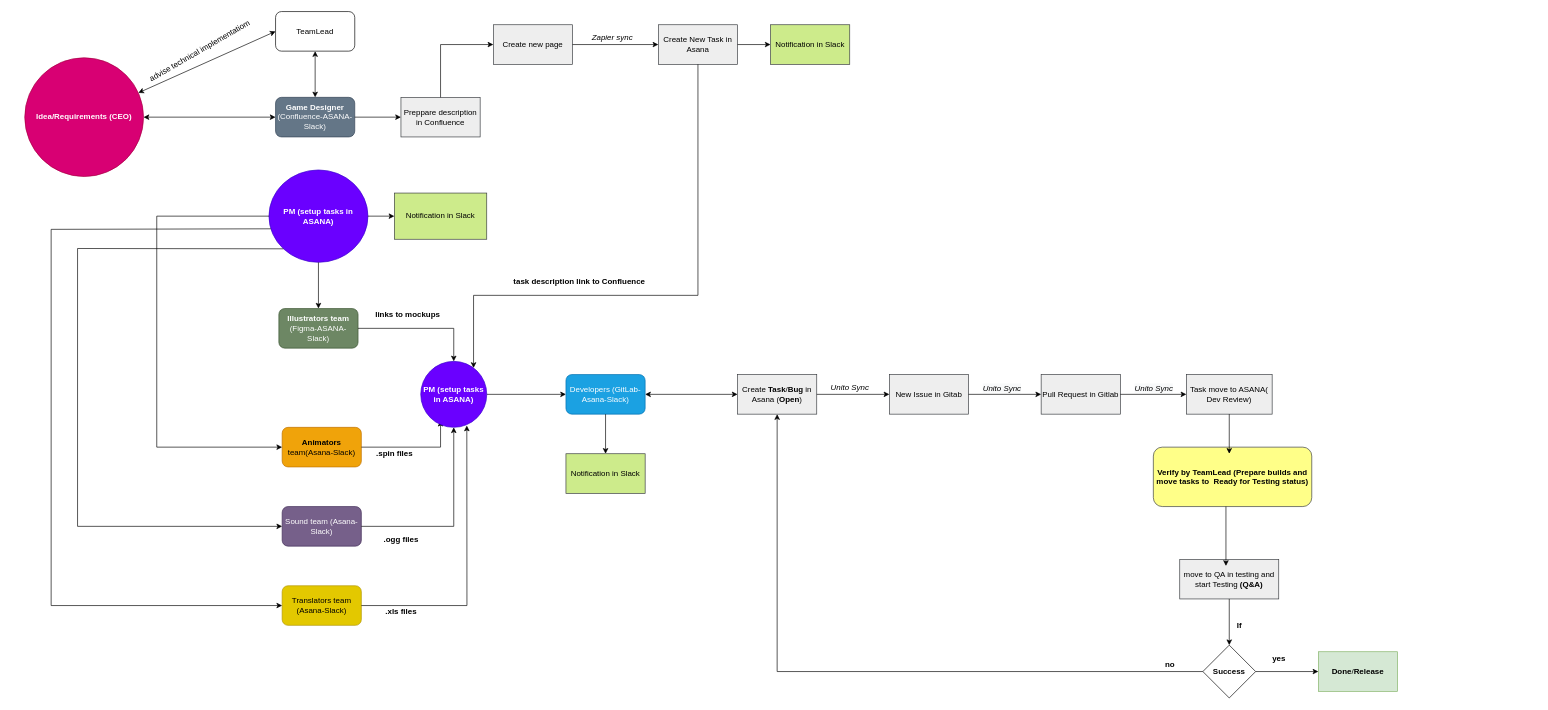
The draw.io diagram Sky network BP Diagram.drawio in annastazi09/blog, before the edit. Source tidied: cells renumbered, new cells numbered last; positions are measured from the earlier drawing's top-left corner, leaving out a move shared by most shapes. Both pictures are drawn from the tidied source at 66%, with x=0, y=0 at pixel (24, 11).
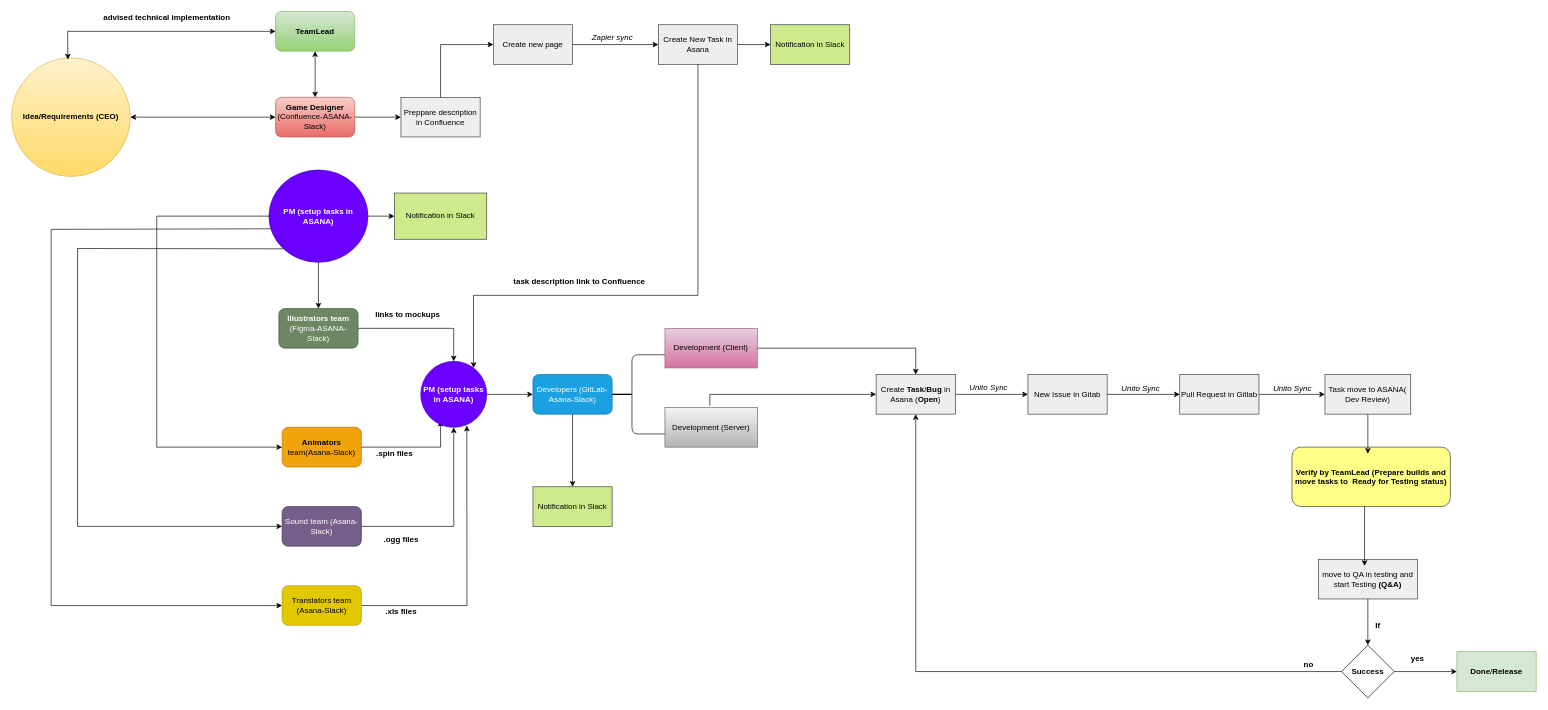
After the change.

What changed in the source:
```diff
@@
-    <mxCell id="2" value="&lt;b&gt;Idea/Requirements (CEO)&lt;/b&gt;" style="ellipse;whiteSpace=wrap;html=1;fillColor=#d80073;fontColor=#ffffff;strokeColor=#A50040;" parent="1" vertex="1">
-      <mxGeometry y="70" width="180" height="180" as="geometry" />
+    <mxCell id="2" value="&lt;b&gt;Idea/Requirements (CEO)&lt;/b&gt;" style="ellipse;whiteSpace=wrap;html=1;fillColor=#fff2cc;strokeColor=#d6b656;gradientColor=#ffd966;" parent="1" vertex="1">
+      <mxGeometry x="-20" y="70" width="180" height="180" as="geometry" />
     </mxCell>
-    <mxCell id="3" value="&lt;b&gt;Game Designer&lt;/b&gt; (Confluence-ASANA-Slack)" style="rounded=1;whiteSpace=wrap;html=1;fillColor=#647687;strokeColor=#314354;fontColor=#ffffff;" parent="1" vertex="1">
+    <mxCell id="3" value="&lt;b&gt;Game Designer&lt;/b&gt; (Confluence-ASANA-Slack)" style="rounded=1;whiteSpace=wrap;html=1;fillColor=#f8cecc;strokeColor=#b85450;gradientColor=#ea6b66;" parent="1" vertex="1">
       <mxGeometry x="380" y="130" width="120" height="60" as="geometry" />
     </mxCell>
@@
     <mxCell id="33" value="Developers (GitLab-Asana-Slack)" style="rounded=1;whiteSpace=wrap;html=1;fillColor=#1ba1e2;fontColor=#ffffff;strokeColor=#006EAF;" parent="1" vertex="1">
-      <mxGeometry x="820" y="550" width="120" height="60" as="geometry" />
+      <mxGeometry x="770" y="550" width="120" height="60" as="geometry" />
     </mxCell>
@@
     <mxCell id="37" value="Notification in Slack" style="rounded=0;whiteSpace=wrap;html=1;fillColor=#cdeb8b;strokeColor=#36393d;" parent="1" vertex="1">
-      <mxGeometry x="820" y="670" width="120" height="60" as="geometry" />
+      <mxGeometry x="770" y="720" width="120" height="60" as="geometry" />
     </mxCell>
@@
     <mxCell id="39" value="Create &lt;b&gt;Task&lt;/b&gt;/&lt;b&gt;Bug &lt;/b&gt;in Asana (&lt;b&gt;Open&lt;/b&gt;)" style="rounded=0;whiteSpace=wrap;html=1;fillColor=#eeeeee;strokeColor=#36393d;" parent="1" vertex="1">
-      <mxGeometry x="1080" y="550" width="120" height="60" as="geometry" />
+      <mxGeometry x="1290" y="550" width="120" height="60" as="geometry" />
     </mxCell>
     <mxCell id="40" style="endArrow=classic;html=1;rounded=0;exitX=1;exitY=0.5;exitDx=0;exitDy=0;" parent="1" edge="1" source="39">
       <mxGeometry relative="1" as="geometry">
-        <mxPoint x="1310" y="580" as="targetPoint" />
+        <mxPoint x="1520" y="580" as="targetPoint" />
       </mxGeometry>
     </mxCell>
     <mxCell id="41" value="New Issue in Gitab" style="rounded=0;whiteSpace=wrap;html=1;fillColor=#eeeeee;strokeColor=#36393d;" parent="1" vertex="1">
-      <mxGeometry x="1310" y="550" width="120" height="60" as="geometry" />
+      <mxGeometry x="1520" y="550" width="120" height="60" as="geometry" />
     </mxCell>
     <mxCell id="42" value="&lt;i&gt;Unito Sync&lt;/i&gt;" style="text;html=1;align=center;verticalAlign=middle;strokeColor=none;fillColor=none;" parent="1" vertex="1">
-      <mxGeometry x="1215" y="560" width="70" height="20" as="geometry" />
+      <mxGeometry x="1425" y="560" width="70" height="20" as="geometry" />
     </mxCell>
@@
     <mxCell id="44" value="Pull Request in Gitlab" style="rounded=0;whiteSpace=wrap;html=1;fillColor=#eeeeee;strokeColor=#36393d;" parent="1" vertex="1">
-      <mxGeometry x="1540" y="550" width="120" height="60" as="geometry" />
+      <mxGeometry x="1750" y="550" width="120" height="60" as="geometry" />
     </mxCell>
@@
     <mxCell id="46" value="&lt;i style=&quot;color: rgb(0, 0, 0); font-family: Helvetica; font-size: 12px; font-variant-ligatures: normal; font-variant-caps: normal; font-weight: 400; letter-spacing: normal; orphans: 2; text-align: center; text-indent: 0px; text-transform: none; widows: 2; word-spacing: 0px; -webkit-text-stroke-width: 0px; background-color: rgb(248, 249, 250); text-decoration-thickness: initial; text-decoration-style: initial; text-decoration-color: initial;&quot;&gt;Unito Sync&lt;/i&gt;" style="text;whiteSpace=wrap;html=1;" parent="1" vertex="1">
-      <mxGeometry x="1450" y="557" width="80" height="30" as="geometry" />
+      <mxGeometry x="1660" y="557" width="80" height="30" as="geometry" />
     </mxCell>
     <mxCell id="47" value="Task move to ASANA( Dev Review)" style="rounded=0;whiteSpace=wrap;html=1;fillColor=#eeeeee;strokeColor=#36393d;" parent="1" vertex="1">
-      <mxGeometry x="1760" y="550" width="130" height="60" as="geometry" />
+      <mxGeometry x="1970" y="550" width="130" height="60" as="geometry" />
     </mxCell>
@@
     <mxCell id="49" value="&lt;i style=&quot;color: rgb(0, 0, 0); font-family: Helvetica; font-size: 12px; font-variant-ligatures: normal; font-variant-caps: normal; font-weight: 400; letter-spacing: normal; orphans: 2; text-align: center; text-indent: 0px; text-transform: none; widows: 2; word-spacing: 0px; -webkit-text-stroke-width: 0px; background-color: rgb(248, 249, 250); text-decoration-thickness: initial; text-decoration-style: initial; text-decoration-color: initial;&quot;&gt;Unito Sync&lt;/i&gt;" style="text;whiteSpace=wrap;html=1;" parent="1" vertex="1">
-      <mxGeometry x="1680" y="557" width="80" height="30" as="geometry" />
+      <mxGeometry x="1890" y="557" width="80" height="30" as="geometry" />
     </mxCell>
     <mxCell id="50" value="move to QA in testing and start Testing &lt;b&gt;(Q&amp;amp;A)&lt;/b&gt;" style="rounded=0;whiteSpace=wrap;html=1;fillColor=#eeeeee;strokeColor=#36393d;" parent="1" vertex="1">
-      <mxGeometry x="1750" y="830" width="150" height="60" as="geometry" />
+      <mxGeometry x="1960" y="830" width="150" height="60" as="geometry" />
     </mxCell>
     <mxCell id="51" value="&lt;b style=&quot;&quot;&gt;Verify by TeamLead (Prepare builds and move tasks to&amp;nbsp; Ready for Testing status)&lt;/b&gt;" style="rounded=1;whiteSpace=wrap;html=1;fillColor=#ffff88;strokeColor=#36393d;" parent="1" vertex="1">
-      <mxGeometry x="1710" y="660" width="240" height="90" as="geometry" />
+      <mxGeometry x="1920" y="660" width="240" height="90" as="geometry" />
     </mxCell>
     <mxCell id="52" style="endArrow=classic;html=1;rounded=0;exitX=0.5;exitY=1;exitDx=0;exitDy=0;" parent="1" edge="1" source="47">
       <mxGeometry relative="1" as="geometry">
-        <mxPoint x="1825" y="670" as="targetPoint" />
+        <mxPoint x="2035" y="670" as="targetPoint" />
       </mxGeometry>
     </mxCell>
     <mxCell id="53" style="endArrow=classic;html=1;rounded=0;" parent="1" edge="1">
       <mxGeometry relative="1" as="geometry">
-        <mxPoint x="1820" y="750" as="sourcePoint" />
-        <mxPoint x="1820" y="840" as="targetPoint" />
+        <mxPoint x="2030" y="750" as="sourcePoint" />
+        <mxPoint x="2030" y="840" as="targetPoint" />
       </mxGeometry>
     </mxCell>
     <mxCell id="54" value="&lt;b&gt;Success&lt;/b&gt;" style="rhombus;whiteSpace=wrap;html=1;" parent="1" vertex="1">
-      <mxGeometry x="1785" y="960" width="80" height="80" as="geometry" />
+      <mxGeometry x="1995" y="960" width="80" height="80" as="geometry" />
     </mxCell>
@@
     <mxCell id="56" value="&lt;b&gt;If&lt;/b&gt;" style="text;html=1;align=center;verticalAlign=middle;strokeColor=none;fillColor=none;" parent="1" vertex="1">
-      <mxGeometry x="1830" y="920" width="20" height="20" as="geometry" />
+      <mxGeometry x="2040" y="920" width="20" height="20" as="geometry" />
     </mxCell>
@@
     <mxCell id="58" value="&lt;b&gt;Done&lt;/b&gt;/&lt;b&gt;Release&lt;/b&gt;" style="rounded=0;whiteSpace=wrap;html=1;fillColor=#d5e8d4;strokeColor=#82b366;" parent="1" vertex="1">
-      <mxGeometry x="1960" y="970" width="120" height="60" as="geometry" />
+      <mxGeometry x="2170" y="970" width="120" height="60" as="geometry" />
     </mxCell>
     <mxCell id="59" value="&lt;b&gt;yes&lt;/b&gt;" style="text;html=1;align=center;verticalAlign=middle;strokeColor=none;fillColor=none;" parent="1" vertex="1">
-      <mxGeometry x="1880" y="970" width="40" height="20" as="geometry" />
+      <mxGeometry x="2090" y="970" width="40" height="20" as="geometry" />
     </mxCell>
     <mxCell id="60" style="endArrow=classic;html=1;rounded=0;entryX=0.5;entryY=1;entryDx=0;entryDy=0;exitX=0;exitY=0.5;exitDx=0;exitDy=0;" parent="1" edge="1" source="54" target="39">
       <mxGeometry relative="1" as="geometry">
         <Array as="points">
-          <mxPoint x="1140" y="1000" />
+          <mxPoint x="1350" y="1000" />
         </Array>
       </mxGeometry>
     </mxCell>
     <mxCell id="61" value="&lt;b&gt;no&lt;/b&gt;" style="text;html=1;align=center;verticalAlign=middle;strokeColor=none;fillColor=none;" parent="1" vertex="1">
-      <mxGeometry x="1720" y="980" width="30" height="20" as="geometry" />
+      <mxGeometry x="1930" y="980" width="30" height="20" as="geometry" />
     </mxCell>
-    <mxCell id="62" style="endArrow=classic;startArrow=classic;html=1;rounded=0;exitX=1;exitY=0.5;exitDx=0;exitDy=0;entryX=0;entryY=0.5;entryDx=0;entryDy=0;" parent="1" edge="1" source="33" target="39">
-      <mxGeometry relative="1" as="geometry" />
-    </mxCell>
-    <mxCell id="63" value="TeamLead" style="rounded=1;whiteSpace=wrap;html=1;" parent="1" vertex="1">
+    <mxCell id="63" value="&lt;b&gt;TeamLead&lt;/b&gt;" style="rounded=1;whiteSpace=wrap;html=1;fillColor=#d5e8d4;strokeColor=#82b366;gradientColor=#97d077;" parent="1" vertex="1">
       <mxGeometry x="380" width="120" height="60" as="geometry" />
     </mxCell>
-    <mxCell id="64" style="endArrow=classic;startArrow=classic;html=1;rounded=0;entryX=0;entryY=0.5;entryDx=0;entryDy=0;" parent="1" edge="1" source="2" target="63">
-      <mxGeometry relative="1" as="geometry" />
+    <mxCell id="64" style="endArrow=classic;startArrow=classic;html=1;rounded=0;entryX=0;entryY=0.5;entryDx=0;entryDy=0;exitX=0.474;exitY=0.015;exitDx=0;exitDy=0;exitPerimeter=0;" parent="1" edge="1" source="2" target="63">
+      <mxGeometry relative="1" as="geometry">
+        <Array as="points">
+          <mxPoint x="65" y="30" />
+        </Array>
+      </mxGeometry>
     </mxCell>
@@
-    <mxCell id="66" value="advise technical implementatiom" style="text;html=1;align=center;verticalAlign=middle;strokeColor=none;fillColor=none;rotation=-30;" parent="1" vertex="1">
-      <mxGeometry x="170" y="50" width="190" height="20" as="geometry" />
+    <mxCell id="66" value="&lt;b&gt;advised&amp;nbsp;technical implementation&lt;/b&gt;" style="text;html=1;align=center;verticalAlign=middle;strokeColor=none;fillColor=none;rotation=0;" parent="1" vertex="1">
+      <mxGeometry x="110" width="210" height="20" as="geometry" />
     </mxCell>
+    <mxCell id="67" style="shape=curlyBracket;whiteSpace=wrap;html=1;rounded=1;size=0;" parent="1" vertex="1">
+      <mxGeometry x="920" y="520" width="50" height="120" as="geometry" />
+    </mxCell>
+    <mxCell id="68" style="line;strokeWidth=2;html=1;" parent="1" vertex="1">
+      <mxGeometry x="890" y="575" width="30" height="10" as="geometry" />
+    </mxCell>
+    <mxCell id="69" value="Development (Client)" style="rounded=0;whiteSpace=wrap;html=1;fillColor=#e6d0de;gradientColor=#d5739d;strokeColor=#996185;" parent="1" vertex="1">
+      <mxGeometry x="970" y="480" width="140" height="60" as="geometry" />
+    </mxCell>
+    <mxCell id="70" value="Development (Server)" style="rounded=0;whiteSpace=wrap;html=1;fillColor=#f5f5f5;gradientColor=#b3b3b3;strokeColor=#666666;" parent="1" vertex="1">
+      <mxGeometry x="970" y="600" width="140" height="60" as="geometry" />
+    </mxCell>
+    <mxCell id="71" style="endArrow=classic;html=1;rounded=0;exitX=1;exitY=0.5;exitDx=0;exitDy=0;entryX=0.5;entryY=0;entryDx=0;entryDy=0;" parent="1" edge="1" source="69" target="39">
+      <mxGeometry relative="1" as="geometry">
+        <Array as="points">
+          <mxPoint x="1240" y="510" />
+          <mxPoint x="1350" y="510" />
+        </Array>
+      </mxGeometry>
+    </mxCell>
+    <mxCell id="72" style="endArrow=classic;html=1;rounded=0;exitX=0.486;exitY=-0.042;exitDx=0;exitDy=0;entryX=0;entryY=0.5;entryDx=0;entryDy=0;exitPerimeter=0;" parent="1" edge="1" source="70" target="39">
+      <mxGeometry relative="1" as="geometry">
+        <Array as="points">
+          <mxPoint x="1038" y="580" />
+          <mxPoint x="1240" y="580" />
+        </Array>
+      </mxGeometry>
+    </mxCell>
```
